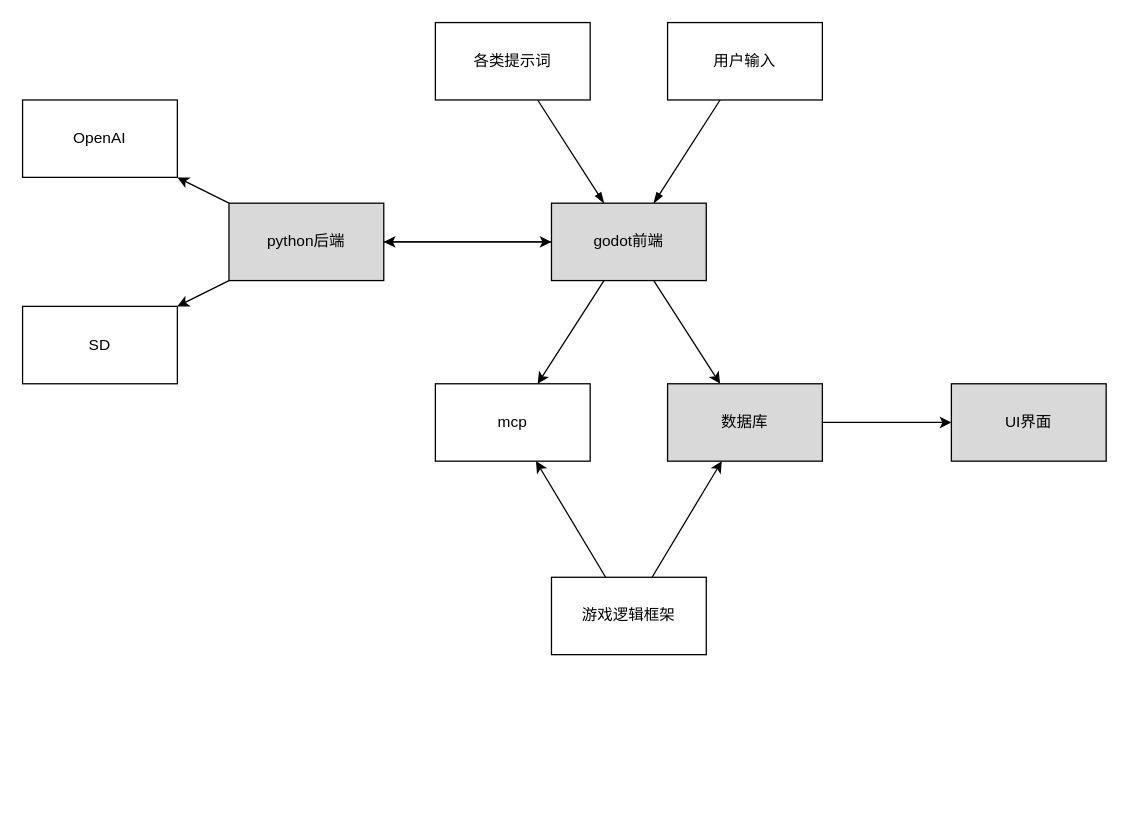
The draw.io diagram flow.drawio in 11-ovo-11/worldSim, before the edit. Source tidied: cells renumbered, new cells numbered last; positions are measured from the earlier drawing's top-left corner, leaving out a move shared by most shapes. Both pictures are drawn from the tidied source at 129%, with x=0, y=0 at pixel (22, 22).
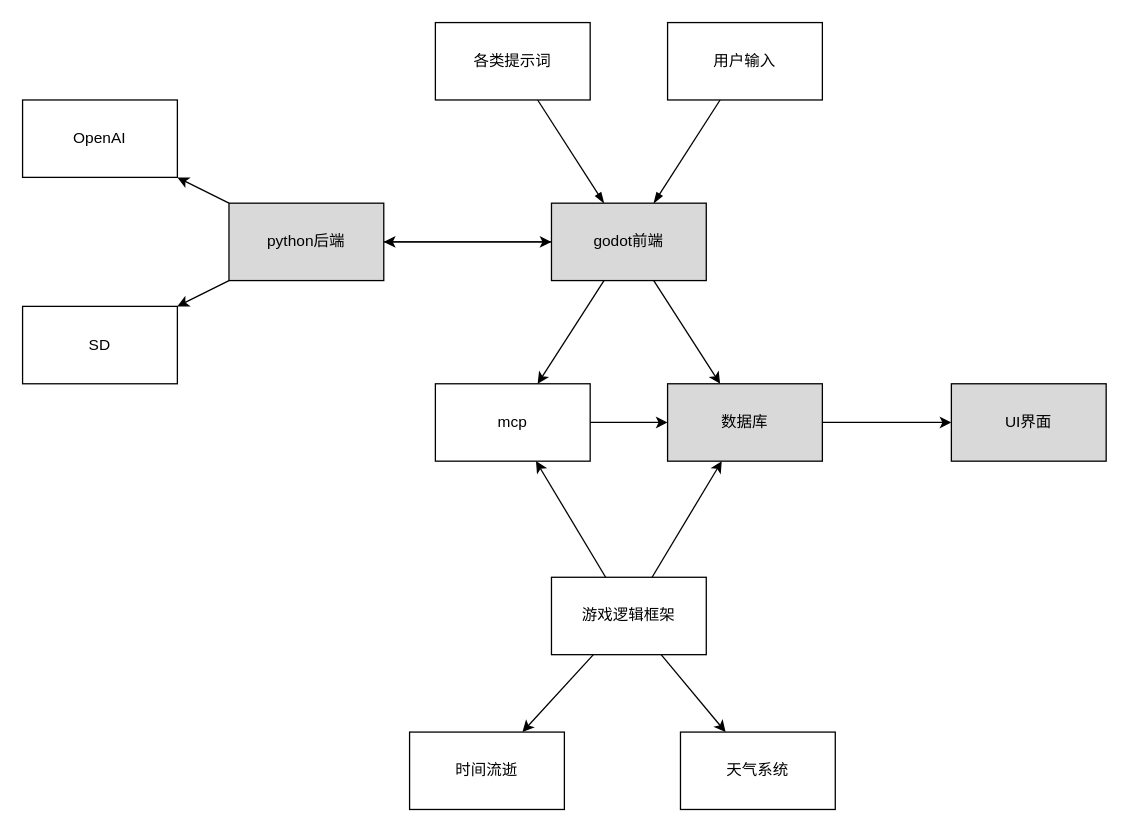
After the change.

The change refers to these unchanged cells:
```xml
<mxCell id="16" value="数据库" style="rounded=0;whiteSpace=wrap;html=1;fillColor=#D9D9D9;" parent="1" vertex="1">
  <mxGeometry x="500" y="280" width="120" height="60" as="geometry" />
</mxCell>
<mxCell id="20" value="游戏逻辑框架" style="rounded=0;whiteSpace=wrap;html=1;" parent="1" vertex="1">
  <mxGeometry x="410" y="430" width="120" height="60" as="geometry" />
</mxCell>
<mxCell id="21" value="mcp" style="rounded=0;whiteSpace=wrap;html=1;" parent="1" vertex="1">
  <mxGeometry x="320" y="280" width="120" height="60" as="geometry" />
</mxCell>
```

The edit, as a diff of the source:
```diff
@@
+    <mxCell id="23" style="rounded=0;jettySize=auto;html=1;" parent="1" edge="1" source="20" target="27">
+      <mxGeometry relative="1" as="geometry" />
+    </mxCell>
+    <mxCell id="24" style="rounded=0;jettySize=auto;html=1;" parent="1" edge="1" source="20" target="26">
+      <mxGeometry relative="1" as="geometry" />
+    </mxCell>
@@
+    <mxCell id="25" style="edgeStyle=orthogonalEdgeStyle;rounded=0;jettySize=auto;html=1;" parent="1" edge="1" source="21" target="16">
+      <mxGeometry relative="1" as="geometry" />
+    </mxCell>
@@
+    <mxCell id="26" value="时间流逝" style="rounded=0;whiteSpace=wrap;html=1;" parent="1" vertex="1">
+      <mxGeometry x="300" y="550" width="120" height="60" as="geometry" />
+    </mxCell>
+    <mxCell id="27" value="天气系统" style="rounded=0;whiteSpace=wrap;html=1;" parent="1" vertex="1">
+      <mxGeometry x="510" y="550" width="120" height="60" as="geometry" />
+    </mxCell>
```
